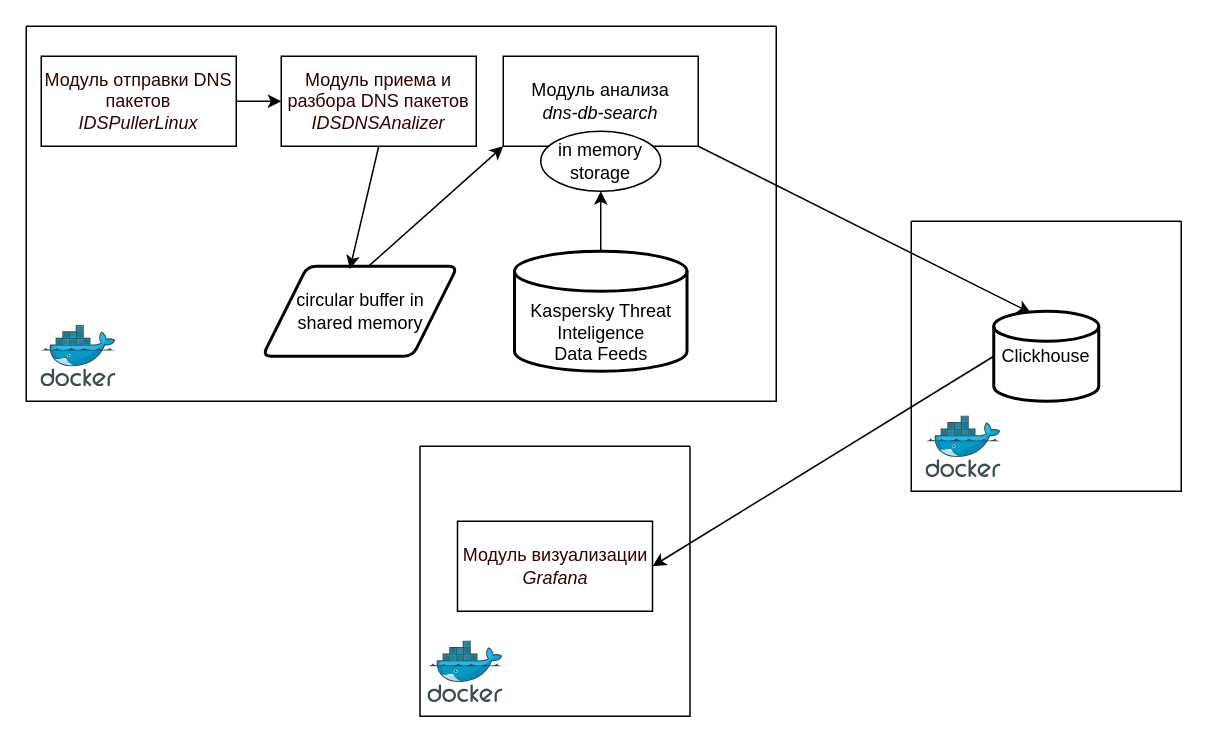
Earlier version of the draw.io diagram shemaDNS.drawio (ObeWan99/SkillBoxCplus). Source tidied: cells renumbered, new cells numbered last; positions are measured from the earlier drawing's top-left corner, leaving out a move shared by most shapes. Both pictures are drawn from the tidied source at 150%, with x=0, y=0 at pixel (26, 26).
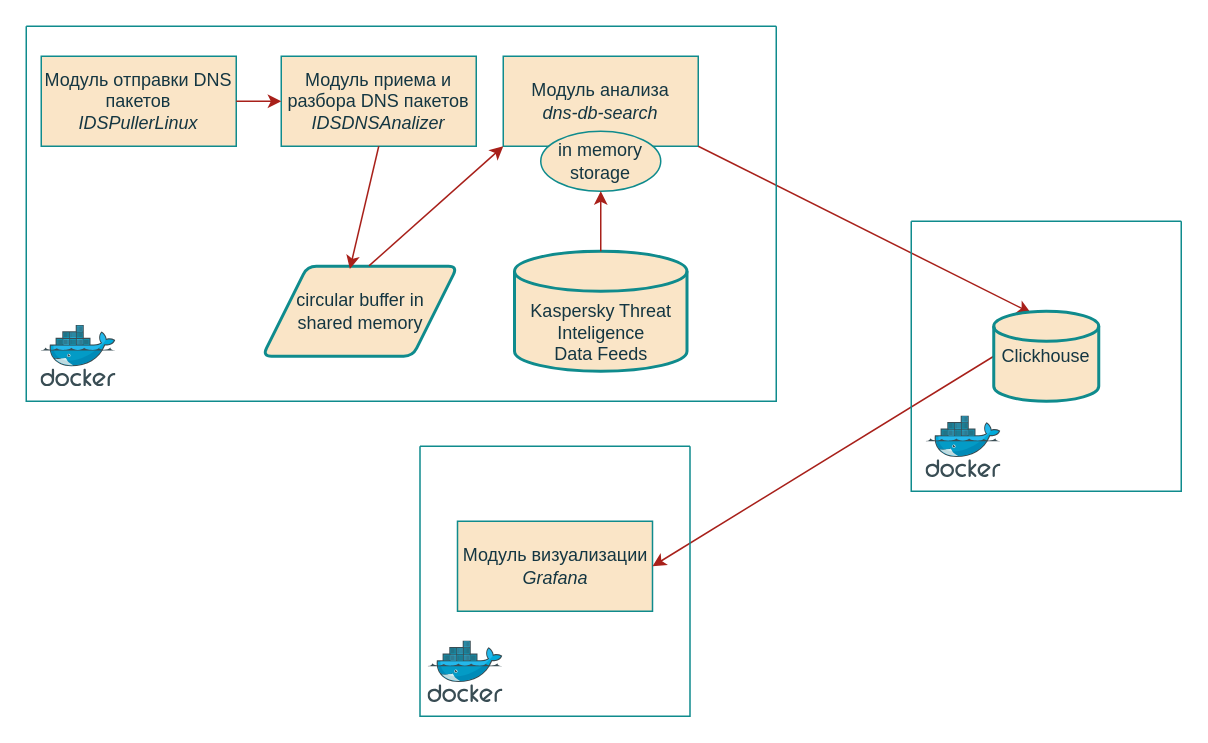
The same diagram, later.

Change to the diagram source:
```diff
@@
-    <mxCell id="2" value="Модуль отправки DNS пакетов&lt;br&gt;&lt;i&gt;IDSPullerLinux&lt;/i&gt;" style="rounded=0;whiteSpace=wrap;html=1;strokeColor=#000000;fillColor=#FFFFFF;fontColor=#330000;labelBackgroundColor=none;" parent="1" vertex="1">
+    <mxCell id="2" value="Модуль отправки DNS пакетов&lt;br&gt;&lt;i&gt;IDSPullerLinux&lt;/i&gt;" style="rounded=0;whiteSpace=wrap;html=1;labelBackgroundColor=none;fillColor=#FAE5C7;strokeColor=#0F8B8D;fontColor=#143642;" parent="1" vertex="1">
       <mxGeometry x="10" y="20" width="130" height="60" as="geometry" />
     </mxCell>
-    <mxCell id="3" value="Модуль приема и разбора DNS пакетов&lt;br&gt;&lt;i&gt;IDSDNSAnalizer&lt;/i&gt;" style="rounded=0;whiteSpace=wrap;html=1;strokeColor=#000000;fillColor=#FFFFFF;fontColor=#330000;fontStyle=0;" parent="1" vertex="1">
+    <mxCell id="3" value="Модуль приема и разбора DNS пакетов&lt;br&gt;&lt;i&gt;IDSDNSAnalizer&lt;/i&gt;" style="rounded=0;whiteSpace=wrap;html=1;fontStyle=0;labelBackgroundColor=none;fillColor=#FAE5C7;strokeColor=#0F8B8D;fontColor=#143642;" parent="1" vertex="1">
       <mxGeometry x="170" y="20" width="130" height="60" as="geometry" />
     </mxCell>
-    <mxCell id="4" value="Модуль анализа&lt;br&gt;&lt;i&gt;dns-db-search&lt;/i&gt;" style="rounded=0;whiteSpace=wrap;html=1;strokeColor=#000000;fillColor=#FFFFFF;fontColor=#000000;fontStyle=0;" parent="1" vertex="1">
+    <mxCell id="4" value="Модуль анализа&lt;br&gt;&lt;i&gt;dns-db-search&lt;/i&gt;" style="rounded=0;whiteSpace=wrap;html=1;fontStyle=0;labelBackgroundColor=none;fillColor=#FAE5C7;strokeColor=#0F8B8D;fontColor=#143642;" parent="1" vertex="1">
       <mxGeometry x="318" y="20" width="130" height="60" as="geometry" />
     </mxCell>
-    <mxCell id="5" value="in memory&lt;br&gt;storage" style="ellipse;whiteSpace=wrap;html=1;" parent="1" vertex="1">
+    <mxCell id="5" value="in memory&lt;br&gt;storage" style="ellipse;whiteSpace=wrap;html=1;labelBackgroundColor=none;fillColor=#FAE5C7;strokeColor=#0F8B8D;fontColor=#143642;" parent="1" vertex="1">
       <mxGeometry x="343" y="70" width="80" height="40" as="geometry" />
     </mxCell>
-    <mxCell id="6" style="endArrow=classic;html=1;rounded=0;exitX=1;exitY=0.5;exitDx=0;exitDy=0;entryX=0;entryY=0.5;entryDx=0;entryDy=0;" parent="1" edge="1" source="2" target="3">
+    <mxCell id="6" style="endArrow=classic;html=1;rounded=0;exitX=1;exitY=0.5;exitDx=0;exitDy=0;entryX=0;entryY=0.5;entryDx=0;entryDy=0;labelBackgroundColor=none;fontColor=default;strokeColor=#A8201A;" parent="1" edge="1" source="2" target="3">
       <mxGeometry relative="1" as="geometry">
         <Array as="points">
           <mxPoint x="140" y="50" />
         </Array>
       </mxGeometry>
     </mxCell>
-    <mxCell id="7" value="circular buffer in &lt;br&gt;shared memory" style="shape=parallelogram;html=1;strokeWidth=2;perimeter=parallelogramPerimeter;whiteSpace=wrap;rounded=1;arcSize=12;size=0.23;" parent="1" vertex="1">
+    <mxCell id="7" value="circular buffer in &lt;br&gt;shared memory" style="shape=parallelogram;html=1;strokeWidth=2;perimeter=parallelogramPerimeter;whiteSpace=wrap;rounded=1;arcSize=12;size=0.23;labelBackgroundColor=none;fillColor=#FAE5C7;strokeColor=#0F8B8D;fontColor=#143642;" parent="1" vertex="1">
       <mxGeometry x="157.5" y="160" width="130" height="60" as="geometry" />
     </mxCell>
-    <mxCell id="8" style="endArrow=classic;html=1;rounded=0;exitX=0.5;exitY=1;exitDx=0;exitDy=0;entryX=0.448;entryY=0.03;entryDx=0;entryDy=0;entryPerimeter=0;" parent="1" edge="1" source="3" target="7">
+    <mxCell id="8" style="endArrow=classic;html=1;rounded=0;exitX=0.5;exitY=1;exitDx=0;exitDy=0;entryX=0.448;entryY=0.03;entryDx=0;entryDy=0;entryPerimeter=0;labelBackgroundColor=none;fontColor=default;strokeColor=#A8201A;" parent="1" edge="1" source="3" target="7">
       <mxGeometry relative="1" as="geometry" />
     </mxCell>
-    <mxCell id="9" style="endArrow=classic;html=1;rounded=0;exitX=0.546;exitY=-0.004;exitDx=0;exitDy=0;exitPerimeter=0;entryX=0;entryY=1;entryDx=0;entryDy=0;" parent="1" edge="1" source="7" target="4">
+    <mxCell id="9" style="endArrow=classic;html=1;rounded=0;exitX=0.546;exitY=-0.004;exitDx=0;exitDy=0;exitPerimeter=0;entryX=0;entryY=1;entryDx=0;entryDy=0;labelBackgroundColor=none;fontColor=default;strokeColor=#A8201A;" parent="1" edge="1" source="7" target="4">
       <mxGeometry relative="1" as="geometry" />
     </mxCell>
-    <mxCell id="10" value="&lt;br&gt;&lt;br&gt;Kaspersky Threat Inteligence&lt;br&gt;Data Feeds" style="strokeWidth=2;html=1;shape=mxgraph.flowchart.database;whiteSpace=wrap;" parent="1" vertex="1">
+    <mxCell id="10" value="&lt;br&gt;&lt;br&gt;Kaspersky Threat Inteligence&lt;br&gt;Data Feeds" style="strokeWidth=2;html=1;shape=mxgraph.flowchart.database;whiteSpace=wrap;labelBackgroundColor=none;fillColor=#FAE5C7;strokeColor=#0F8B8D;fontColor=#143642;" parent="1" vertex="1">
       <mxGeometry x="325.5" y="150" width="115" height="80" as="geometry" />
     </mxCell>
-    <mxCell id="11" style="endArrow=classic;html=1;rounded=0;exitX=0.5;exitY=0;exitDx=0;exitDy=0;exitPerimeter=0;entryX=0.5;entryY=1;entryDx=0;entryDy=0;" parent="1" edge="1" source="10" target="5">
+    <mxCell id="11" style="endArrow=classic;html=1;rounded=0;exitX=0.5;exitY=0;exitDx=0;exitDy=0;exitPerimeter=0;entryX=0.5;entryY=1;entryDx=0;entryDy=0;labelBackgroundColor=none;fontColor=default;strokeColor=#A8201A;" parent="1" edge="1" source="10" target="5">
       <mxGeometry relative="1" as="geometry" />
     </mxCell>
-    <mxCell id="12" style="endArrow=classic;html=1;rounded=0;exitX=1;exitY=1;exitDx=0;exitDy=0;entryX=0.354;entryY=0.019;entryDx=0;entryDy=0;entryPerimeter=0;" parent="1" edge="1" source="4" target="19">
+    <mxCell id="12" style="endArrow=classic;html=1;rounded=0;exitX=1;exitY=1;exitDx=0;exitDy=0;entryX=0.354;entryY=0.019;entryDx=0;entryDy=0;entryPerimeter=0;labelBackgroundColor=none;fontColor=default;strokeColor=#A8201A;" parent="1" edge="1" source="4" target="19">
       <mxGeometry relative="1" as="geometry" />
     </mxCell>
-    <mxCell id="13" value="Модуль визуализации&lt;br&gt;&lt;i&gt;Grafana&lt;/i&gt;" style="rounded=0;whiteSpace=wrap;html=1;strokeColor=#000000;fillColor=#FFFFFF;fontColor=#330000;fontStyle=0;" parent="1" vertex="1">
+    <mxCell id="13" value="Модуль визуализации&lt;br&gt;&lt;i&gt;Grafana&lt;/i&gt;" style="rounded=0;whiteSpace=wrap;html=1;fontStyle=0;labelBackgroundColor=none;fillColor=#FAE5C7;strokeColor=#0F8B8D;fontColor=#143642;" parent="1" vertex="1">
       <mxGeometry x="287.5" y="330" width="130" height="60" as="geometry" />
     </mxCell>
-    <mxCell id="14" style="endArrow=classic;html=1;rounded=0;exitX=0;exitY=0.5;exitDx=0;exitDy=0;exitPerimeter=0;entryX=1;entryY=0.5;entryDx=0;entryDy=0;" parent="1" edge="1" source="19" target="13">
+    <mxCell id="14" style="endArrow=classic;html=1;rounded=0;exitX=0;exitY=0.5;exitDx=0;exitDy=0;exitPerimeter=0;entryX=1;entryY=0.5;entryDx=0;entryDy=0;labelBackgroundColor=none;fontColor=default;strokeColor=#A8201A;" parent="1" edge="1" source="19" target="13">
       <mxGeometry relative="1" as="geometry" />
     </mxCell>
-    <mxCell id="15" style="swimlane;startSize=0;" parent="1" vertex="1">
+    <mxCell id="15" style="swimlane;startSize=0;labelBackgroundColor=none;fillColor=#FAE5C7;strokeColor=#0F8B8D;fontColor=#143642;" parent="1" vertex="1">
       <mxGeometry width="500" height="250" as="geometry" />
     </mxCell>
-    <mxCell id="16" style="image;sketch=0;html=1;align=center;fontSize=12;image=img/lib/mscae/Docker.svg;" parent="15" vertex="1">
+    <mxCell id="16" style="image;sketch=0;html=1;align=center;fontSize=12;image=img/lib/mscae/Docker.svg;labelBackgroundColor=none;fillColor=#FAE5C7;strokeColor=#0F8B8D;fontColor=#143642;" parent="15" vertex="1">
       <mxGeometry x="10" y="199.5" width="50" height="41" as="geometry" />
     </mxCell>
-    <mxCell id="17" style="swimlane;startSize=0;" parent="1" vertex="1">
+    <mxCell id="17" style="swimlane;startSize=0;labelBackgroundColor=none;fillColor=#FAE5C7;strokeColor=#0F8B8D;fontColor=#143642;" parent="1" vertex="1">
       <mxGeometry x="590" y="130" width="180" height="180" as="geometry" />
     </mxCell>
-    <mxCell id="18" style="image;sketch=0;html=1;align=center;fontSize=12;image=img/lib/mscae/Docker.svg;" parent="17" vertex="1">
+    <mxCell id="18" style="image;sketch=0;html=1;align=center;fontSize=12;image=img/lib/mscae/Docker.svg;labelBackgroundColor=none;fillColor=#FAE5C7;strokeColor=#0F8B8D;fontColor=#143642;" parent="17" vertex="1">
       <mxGeometry x="10" y="130" width="50" height="41" as="geometry" />
     </mxCell>
-    <mxCell id="19" value="Clickhouse" style="strokeWidth=2;html=1;shape=mxgraph.flowchart.database;whiteSpace=wrap;" parent="17" vertex="1">
+    <mxCell id="19" value="Clickhouse" style="strokeWidth=2;html=1;shape=mxgraph.flowchart.database;whiteSpace=wrap;labelBackgroundColor=none;fillColor=#FAE5C7;strokeColor=#0F8B8D;fontColor=#143642;" parent="17" vertex="1">
       <mxGeometry x="55" y="60" width="70" height="60" as="geometry" />
     </mxCell>
-    <mxCell id="20" style="swimlane;startSize=0;" parent="1" vertex="1">
+    <mxCell id="20" style="swimlane;startSize=0;labelBackgroundColor=none;fillColor=#FAE5C7;strokeColor=#0F8B8D;fontColor=#143642;" parent="1" vertex="1">
       <mxGeometry x="262.5" y="280" width="180" height="180" as="geometry" />
     </mxCell>
-    <mxCell id="21" style="image;sketch=0;html=1;align=center;fontSize=12;image=img/lib/mscae/Docker.svg;" parent="20" vertex="1">
+    <mxCell id="21" style="image;sketch=0;html=1;align=center;fontSize=12;image=img/lib/mscae/Docker.svg;labelBackgroundColor=none;fillColor=#FAE5C7;strokeColor=#0F8B8D;fontColor=#143642;" parent="20" vertex="1">
       <mxGeometry x="5.5" y="130" width="50" height="41" as="geometry" />
     </mxCell>
```
